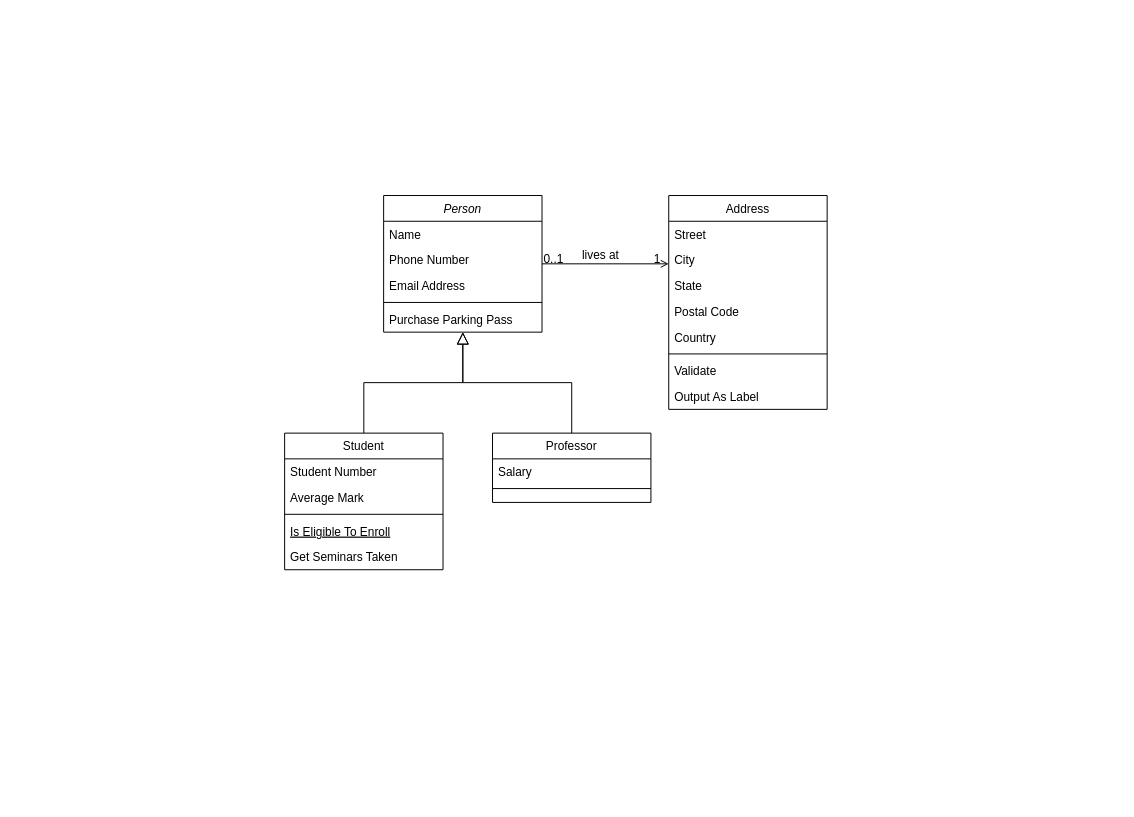
Before: Diagrama sem nome.drawio in RedneyMonteiro15/FoodSaver, a draw.io diagram. Source tidied: cells renumbered, new cells numbered last; positions are measured from the earlier drawing's top-left corner, leaving out a move shared by most shapes. Both pictures are drawn from the tidied source at 99%, with x=0, y=0 at pixel (284, 195).
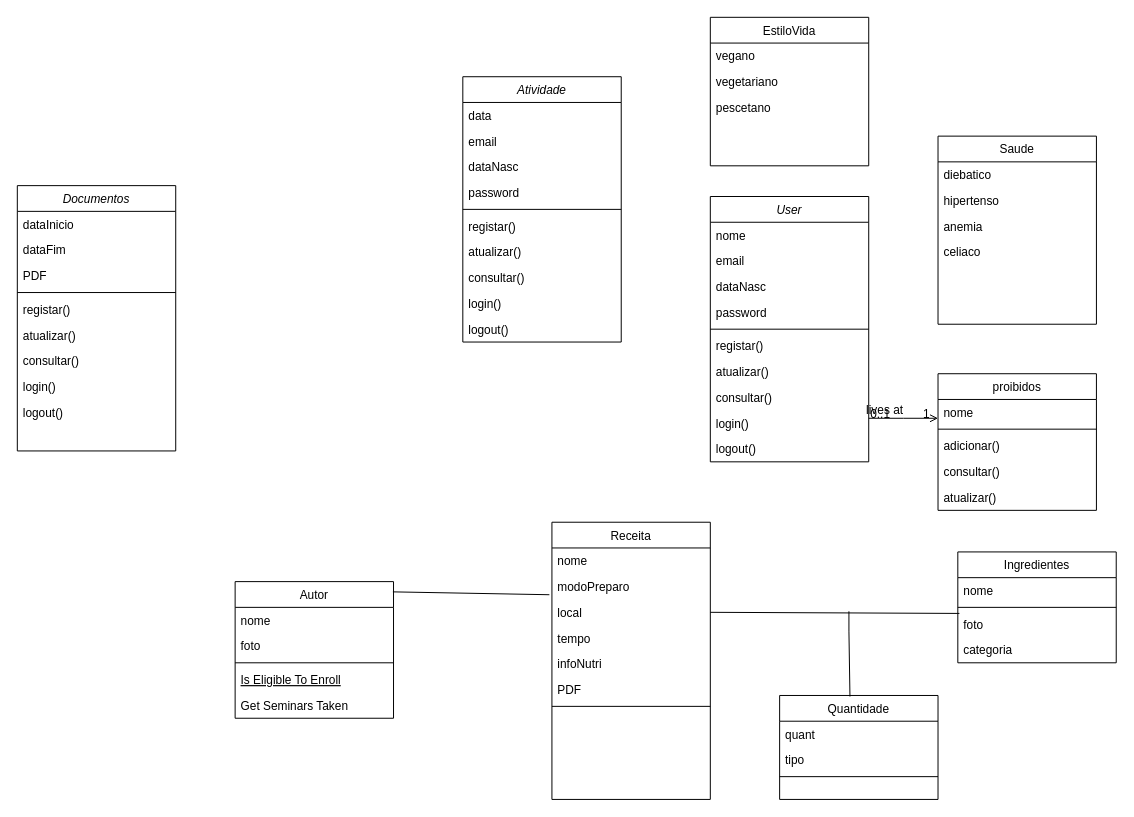
The same page after the edit.

The edit, as a diff of the source:
```diff
@@
-    <mxCell id="2" value="Person" style="swimlane;fontStyle=2;align=center;verticalAlign=top;horizontal=1;startSize=26;rounded=0;shadow=0;strokeWidth=1;" parent="1" vertex="1">
-      <mxGeometry x="100" width="160" height="138" as="geometry" />
+    <mxCell id="2" value="User" style="swimlane;fontStyle=2;align=center;verticalAlign=top;horizontal=1;startSize=26;rounded=0;shadow=0;strokeWidth=1;" parent="1" vertex="1">
+      <mxGeometry x="430" y="1" width="160" height="268" as="geometry" />
     </mxCell>
-    <mxCell id="3" value="Name" style="text;align=left;verticalAlign=top;spacingLeft=4;spacingRight=4;overflow=hidden;" parent="2" vertex="1">
+    <mxCell id="3" value="nome" style="text;align=left;verticalAlign=top;spacingLeft=4;spacingRight=4;overflow=hidden;" parent="2" vertex="1">
       <mxGeometry y="26" width="160" height="26" as="geometry" />
     </mxCell>
-    <mxCell id="4" value="Phone Number" style="text;align=left;verticalAlign=top;spacingLeft=4;spacingRight=4;overflow=hidden;rounded=0;shadow=0;html=0;" parent="2" vertex="1">
+    <mxCell id="4" value="email" style="text;align=left;verticalAlign=top;spacingLeft=4;spacingRight=4;overflow=hidden;rounded=0;shadow=0;html=0;" parent="2" vertex="1">
       <mxGeometry y="52" width="160" height="26" as="geometry" />
     </mxCell>
-    <mxCell id="5" value="Email Address" style="text;align=left;verticalAlign=top;spacingLeft=4;spacingRight=4;overflow=hidden;rounded=0;shadow=0;html=0;" parent="2" vertex="1">
+    <mxCell id="5" value="dataNasc" style="text;align=left;verticalAlign=top;spacingLeft=4;spacingRight=4;overflow=hidden;rounded=0;shadow=0;html=0;" parent="2" vertex="1">
       <mxGeometry y="78" width="160" height="26" as="geometry" />
     </mxCell>
+    <mxCell id="32" value="password" style="text;align=left;verticalAlign=top;spacingLeft=4;spacingRight=4;overflow=hidden;" parent="2" vertex="1">
+      <mxGeometry y="104" width="160" height="26" as="geometry" />
+    </mxCell>
     <mxCell id="6" style="line;html=1;strokeWidth=1;align=left;verticalAlign=middle;spacingTop=-1;spacingLeft=3;spacingRight=3;labelPosition=right;" parent="2" vertex="1">
-      <mxGeometry y="104" width="160" height="8" as="geometry" />
+      <mxGeometry y="130" width="160" height="8" as="geometry" />
     </mxCell>
-    <mxCell id="7" value="Purchase Parking Pass" style="text;align=left;verticalAlign=top;spacingLeft=4;spacingRight=4;overflow=hidden;" parent="2" vertex="1">
-      <mxGeometry y="112" width="160" height="26" as="geometry" />
+    <mxCell id="7" value="registar()" style="text;align=left;verticalAlign=top;spacingLeft=4;spacingRight=4;overflow=hidden;" parent="2" vertex="1">
+      <mxGeometry y="138" width="160" height="26" as="geometry" />
     </mxCell>
+    <mxCell id="33" value="atualizar()" style="text;align=left;verticalAlign=top;spacingLeft=4;spacingRight=4;overflow=hidden;" parent="2" vertex="1">
+      <mxGeometry y="164" width="160" height="26" as="geometry" />
+    </mxCell>
+    <mxCell id="34" value="consultar()" style="text;align=left;verticalAlign=top;spacingLeft=4;spacingRight=4;overflow=hidden;" parent="2" vertex="1">
+      <mxGeometry y="190" width="160" height="26" as="geometry" />
+    </mxCell>
+    <mxCell id="35" value="login()" style="text;align=left;verticalAlign=top;spacingLeft=4;spacingRight=4;overflow=hidden;" parent="2" vertex="1">
+      <mxGeometry y="216" width="160" height="26" as="geometry" />
+    </mxCell>
+    <mxCell id="36" value="logout()" style="text;align=left;verticalAlign=top;spacingLeft=4;spacingRight=4;overflow=hidden;" parent="2" vertex="1">
+      <mxGeometry y="242" width="160" height="26" as="geometry" />
+    </mxCell>
-    <mxCell id="8" value="Student" style="swimlane;fontStyle=0;align=center;verticalAlign=top;horizontal=1;startSize=26;rounded=0;shadow=0;strokeWidth=1;" parent="1" vertex="1">
-      <mxGeometry y="240" width="160" height="138" as="geometry" />
+    <mxCell id="8" value="Autor" style="swimlane;fontStyle=0;align=center;verticalAlign=top;horizontal=1;startSize=26;rounded=0;shadow=0;strokeWidth=1;" parent="1" vertex="1">
+      <mxGeometry x="-50" y="390" width="160" height="138" as="geometry" />
     </mxCell>
-    <mxCell id="9" value="Student Number" style="text;align=left;verticalAlign=top;spacingLeft=4;spacingRight=4;overflow=hidden;" parent="8" vertex="1">
+    <mxCell id="9" value="nome" style="text;align=left;verticalAlign=top;spacingLeft=4;spacingRight=4;overflow=hidden;" parent="8" vertex="1">
       <mxGeometry y="26" width="160" height="26" as="geometry" />
     </mxCell>
-    <mxCell id="10" value="Average Mark" style="text;align=left;verticalAlign=top;spacingLeft=4;spacingRight=4;overflow=hidden;rounded=0;shadow=0;html=0;" parent="8" vertex="1">
+    <mxCell id="10" value="foto" style="text;align=left;verticalAlign=top;spacingLeft=4;spacingRight=4;overflow=hidden;rounded=0;shadow=0;html=0;" parent="8" vertex="1">
       <mxGeometry y="52" width="160" height="26" as="geometry" />
     </mxCell>
@@
-    <mxCell id="14" style="endArrow=block;endSize=10;endFill=0;shadow=0;strokeWidth=1;rounded=0;edgeStyle=elbowEdgeStyle;elbow=vertical;" parent="1" edge="1" source="8" target="2">
-      <mxGeometry relative="1" as="geometry" />
-    </mxCell>
-    <mxCell id="15" value="Professor" style="swimlane;fontStyle=0;align=center;verticalAlign=top;horizontal=1;startSize=26;rounded=0;shadow=0;strokeWidth=1;" parent="1" vertex="1">
-      <mxGeometry x="210" y="240" width="160" height="70" as="geometry" />
+    <mxCell id="15" value="Receita" style="swimlane;fontStyle=0;align=center;verticalAlign=top;horizontal=1;startSize=26;rounded=0;shadow=0;strokeWidth=1;" parent="1" vertex="1">
+      <mxGeometry x="270" y="330" width="160" height="280" as="geometry" />
     </mxCell>
-    <mxCell id="16" value="Salary" style="text;align=left;verticalAlign=top;spacingLeft=4;spacingRight=4;overflow=hidden;" parent="15" vertex="1">
+    <mxCell id="16" value="nome" style="text;align=left;verticalAlign=top;spacingLeft=4;spacingRight=4;overflow=hidden;" parent="15" vertex="1">
       <mxGeometry y="26" width="160" height="26" as="geometry" />
     </mxCell>
-    <mxCell id="17" style="line;html=1;strokeWidth=1;align=left;verticalAlign=middle;spacingTop=-1;spacingLeft=3;spacingRight=3;labelPosition=right;" parent="15" vertex="1">
-      <mxGeometry y="52" width="160" height="8" as="geometry" />
-    </mxCell>
-    <mxCell id="18" style="endArrow=block;endSize=10;endFill=0;shadow=0;strokeWidth=1;rounded=0;edgeStyle=elbowEdgeStyle;elbow=vertical;" parent="1" edge="1" source="15" target="2">
-      <mxGeometry relative="1" as="geometry" />
-    </mxCell>
-    <mxCell id="19" value="Address" style="swimlane;fontStyle=0;align=center;verticalAlign=top;horizontal=1;startSize=26;rounded=0;shadow=0;strokeWidth=1;" parent="1" vertex="1">
-      <mxGeometry x="388" width="160" height="216" as="geometry" />
-    </mxCell>
-    <mxCell id="20" value="Street" style="text;align=left;verticalAlign=top;spacingLeft=4;spacingRight=4;overflow=hidden;" parent="19" vertex="1">
-      <mxGeometry y="26" width="160" height="26" as="geometry" />
-    </mxCell>
-    <mxCell id="21" value="City" style="text;align=left;verticalAlign=top;spacingLeft=4;spacingRight=4;overflow=hidden;rounded=0;shadow=0;html=0;" parent="19" vertex="1">
-      <mxGeometry y="52" width="160" height="26" as="geometry" />
-    </mxCell>
-    <mxCell id="22" value="State" style="text;align=left;verticalAlign=top;spacingLeft=4;spacingRight=4;overflow=hidden;rounded=0;shadow=0;html=0;" parent="19" vertex="1">
-      <mxGeometry y="78" width="160" height="26" as="geometry" />
-    </mxCell>
-    <mxCell id="23" value="Postal Code" style="text;align=left;verticalAlign=top;spacingLeft=4;spacingRight=4;overflow=hidden;rounded=0;shadow=0;html=0;" parent="19" vertex="1">
-      <mxGeometry y="104" width="160" height="26" as="geometry" />
-    </mxCell>
-    <mxCell id="24" value="Country" style="text;align=left;verticalAlign=top;spacingLeft=4;spacingRight=4;overflow=hidden;rounded=0;shadow=0;html=0;" parent="19" vertex="1">
-      <mxGeometry y="130" width="160" height="26" as="geometry" />
-    </mxCell>
-    <mxCell id="25" style="line;html=1;strokeWidth=1;align=left;verticalAlign=middle;spacingTop=-1;spacingLeft=3;spacingRight=3;labelPosition=right;" parent="19" vertex="1">
-      <mxGeometry y="156" width="160" height="8" as="geometry" />
-    </mxCell>
-    <mxCell id="26" value="Validate" style="text;align=left;verticalAlign=top;spacingLeft=4;spacingRight=4;overflow=hidden;" parent="19" vertex="1">
-      <mxGeometry y="164" width="160" height="26" as="geometry" />
-    </mxCell>
-    <mxCell id="27" value="Output As Label" style="text;align=left;verticalAlign=top;spacingLeft=4;spacingRight=4;overflow=hidden;" parent="19" vertex="1">
-      <mxGeometry y="190" width="160" height="26" as="geometry" />
-    </mxCell>
+    <mxCell id="37" value="modoPreparo" style="text;align=left;verticalAlign=top;spacingLeft=4;spacingRight=4;overflow=hidden;points=[[0,0.5],[1,0.5]];portConstraint=eastwest;" parent="15" vertex="1">
+      <mxGeometry y="52" width="160" height="26" as="geometry" />
+    </mxCell>
+    <mxCell id="38" value="local" style="text;align=left;verticalAlign=top;spacingLeft=4;spacingRight=4;overflow=hidden;points=[[0,0.5],[1,0.5]];portConstraint=eastwest;" parent="15" vertex="1">
+      <mxGeometry y="78" width="160" height="26" as="geometry" />
+    </mxCell>
+    <mxCell id="39" value="tempo" style="text;align=left;verticalAlign=top;spacingLeft=4;spacingRight=4;overflow=hidden;" parent="15" vertex="1">
+      <mxGeometry y="104" width="160" height="26" as="geometry" />
+    </mxCell>
+    <mxCell id="40" value="infoNutri" style="text;align=left;verticalAlign=top;spacingLeft=4;spacingRight=4;overflow=hidden;" parent="15" vertex="1">
+      <mxGeometry y="130" width="160" height="26" as="geometry" />
+    </mxCell>
+    <mxCell id="41" value="PDF" style="text;align=left;verticalAlign=top;spacingLeft=4;spacingRight=4;overflow=hidden;" parent="15" vertex="1">
+      <mxGeometry y="156" width="160" height="26" as="geometry" />
+    </mxCell>
+    <mxCell id="42" style="line;html=1;strokeWidth=1;align=left;verticalAlign=middle;spacingTop=-1;spacingLeft=3;spacingRight=3;labelPosition=right;" parent="15" vertex="1">
+      <mxGeometry y="182" width="160" height="8" as="geometry" />
+    </mxCell>
@@
+    <mxCell id="43" value="Ingredientes" style="swimlane;fontStyle=0;align=center;verticalAlign=top;horizontal=1;startSize=26;rounded=0;shadow=0;strokeWidth=1;" parent="1" vertex="1">
+      <mxGeometry x="680" y="360" width="160" height="112" as="geometry" />
+    </mxCell>
+    <mxCell id="44" value="nome" style="text;align=left;verticalAlign=top;spacingLeft=4;spacingRight=4;overflow=hidden;" parent="43" vertex="1">
+      <mxGeometry y="26" width="160" height="26" as="geometry" />
+    </mxCell>
+    <mxCell id="45" style="line;html=1;strokeWidth=1;align=left;verticalAlign=middle;spacingTop=-1;spacingLeft=3;spacingRight=3;labelPosition=right;" parent="43" vertex="1">
+      <mxGeometry y="52" width="160" height="8" as="geometry" />
+    </mxCell>
+    <mxCell id="46" value="foto" style="text;align=left;verticalAlign=top;spacingLeft=4;spacingRight=4;overflow=hidden;points=[[0,0.5],[1,0.5]];portConstraint=eastwest;" parent="43" vertex="1">
+      <mxGeometry y="60" width="160" height="26" as="geometry" />
+    </mxCell>
+    <mxCell id="47" value="categoria" style="text;align=left;verticalAlign=top;spacingLeft=4;spacingRight=4;overflow=hidden;" parent="43" vertex="1">
+      <mxGeometry y="86" width="160" height="26" as="geometry" />
+    </mxCell>
+    <mxCell id="48" value="Quantidade" style="swimlane;fontStyle=0;align=center;verticalAlign=top;horizontal=1;startSize=26;rounded=0;shadow=0;strokeWidth=1;" parent="1" vertex="1">
+      <mxGeometry x="500" y="505" width="160" height="105" as="geometry" />
+    </mxCell>
+    <mxCell id="49" value="quant" style="text;align=left;verticalAlign=top;spacingLeft=4;spacingRight=4;overflow=hidden;" parent="48" vertex="1">
+      <mxGeometry y="26" width="160" height="26" as="geometry" />
+    </mxCell>
+    <mxCell id="50" value="tipo" style="text;align=left;verticalAlign=top;spacingLeft=4;spacingRight=4;overflow=hidden;" parent="48" vertex="1">
+      <mxGeometry y="52" width="160" height="26" as="geometry" />
+    </mxCell>
+    <mxCell id="51" style="line;html=1;strokeWidth=1;align=left;verticalAlign=middle;spacingTop=-1;spacingLeft=3;spacingRight=3;labelPosition=right;" parent="48" vertex="1">
+      <mxGeometry y="78" width="160" height="8" as="geometry" />
+    </mxCell>
+    <mxCell id="52" value="EstiloVida" style="swimlane;fontStyle=0;align=center;verticalAlign=top;horizontal=1;startSize=26;rounded=0;shadow=0;strokeWidth=1;" parent="1" vertex="1">
+      <mxGeometry x="430" y="-180" width="160" height="150" as="geometry" />
+    </mxCell>
+    <mxCell id="53" value="vegano" style="text;align=left;verticalAlign=top;spacingLeft=4;spacingRight=4;overflow=hidden;" parent="52" vertex="1">
+      <mxGeometry y="26" width="160" height="26" as="geometry" />
+    </mxCell>
+    <mxCell id="54" value="vegetariano" style="text;align=left;verticalAlign=top;spacingLeft=4;spacingRight=4;overflow=hidden;" parent="52" vertex="1">
+      <mxGeometry y="52" width="160" height="26" as="geometry" />
+    </mxCell>
+    <mxCell id="55" value="pescetano" style="text;align=left;verticalAlign=top;spacingLeft=4;spacingRight=4;overflow=hidden;" parent="52" vertex="1">
+      <mxGeometry y="78" width="160" height="26" as="geometry" />
+    </mxCell>
+    <mxCell id="56" value="Saude" style="swimlane;fontStyle=0;align=center;verticalAlign=top;horizontal=1;startSize=26;rounded=0;shadow=0;strokeWidth=1;" parent="1" vertex="1">
+      <mxGeometry x="660" y="-60" width="160" height="190" as="geometry" />
+    </mxCell>
+    <mxCell id="57" value="diebatico" style="text;align=left;verticalAlign=top;spacingLeft=4;spacingRight=4;overflow=hidden;" parent="56" vertex="1">
+      <mxGeometry y="26" width="160" height="26" as="geometry" />
+    </mxCell>
+    <mxCell id="58" value="hipertenso" style="text;align=left;verticalAlign=top;spacingLeft=4;spacingRight=4;overflow=hidden;" parent="56" vertex="1">
+      <mxGeometry y="52" width="160" height="26" as="geometry" />
+    </mxCell>
+    <mxCell id="59" value="anemia" style="text;align=left;verticalAlign=top;spacingLeft=4;spacingRight=4;overflow=hidden;" parent="56" vertex="1">
+      <mxGeometry y="78" width="160" height="26" as="geometry" />
+    </mxCell>
+    <mxCell id="60" value="celiaco" style="text;align=left;verticalAlign=top;spacingLeft=4;spacingRight=4;overflow=hidden;" parent="56" vertex="1">
+      <mxGeometry y="104" width="160" height="26" as="geometry" />
+    </mxCell>
+    <mxCell id="61" value="Atividade" style="swimlane;fontStyle=2;align=center;verticalAlign=top;horizontal=1;startSize=26;rounded=0;shadow=0;strokeWidth=1;" parent="1" vertex="1">
+      <mxGeometry x="180" y="-120" width="160" height="268" as="geometry" />
+    </mxCell>
+    <mxCell id="62" value="data" style="text;align=left;verticalAlign=top;spacingLeft=4;spacingRight=4;overflow=hidden;" parent="61" vertex="1">
+      <mxGeometry y="26" width="160" height="26" as="geometry" />
+    </mxCell>
+    <mxCell id="63" value="email" style="text;align=left;verticalAlign=top;spacingLeft=4;spacingRight=4;overflow=hidden;rounded=0;shadow=0;html=0;" parent="61" vertex="1">
+      <mxGeometry y="52" width="160" height="26" as="geometry" />
+    </mxCell>
+    <mxCell id="64" value="dataNasc" style="text;align=left;verticalAlign=top;spacingLeft=4;spacingRight=4;overflow=hidden;rounded=0;shadow=0;html=0;" parent="61" vertex="1">
+      <mxGeometry y="78" width="160" height="26" as="geometry" />
+    </mxCell>
+    <mxCell id="65" value="password" style="text;align=left;verticalAlign=top;spacingLeft=4;spacingRight=4;overflow=hidden;" parent="61" vertex="1">
+      <mxGeometry y="104" width="160" height="26" as="geometry" />
+    </mxCell>
+    <mxCell id="66" style="line;html=1;strokeWidth=1;align=left;verticalAlign=middle;spacingTop=-1;spacingLeft=3;spacingRight=3;labelPosition=right;" parent="61" vertex="1">
+      <mxGeometry y="130" width="160" height="8" as="geometry" />
+    </mxCell>
+    <mxCell id="67" value="registar()" style="text;align=left;verticalAlign=top;spacingLeft=4;spacingRight=4;overflow=hidden;" parent="61" vertex="1">
+      <mxGeometry y="138" width="160" height="26" as="geometry" />
+    </mxCell>
+    <mxCell id="68" value="atualizar()" style="text;align=left;verticalAlign=top;spacingLeft=4;spacingRight=4;overflow=hidden;" parent="61" vertex="1">
+      <mxGeometry y="164" width="160" height="26" as="geometry" />
+    </mxCell>
+    <mxCell id="69" value="consultar()" style="text;align=left;verticalAlign=top;spacingLeft=4;spacingRight=4;overflow=hidden;" parent="61" vertex="1">
+      <mxGeometry y="190" width="160" height="26" as="geometry" />
+    </mxCell>
+    <mxCell id="70" value="login()" style="text;align=left;verticalAlign=top;spacingLeft=4;spacingRight=4;overflow=hidden;" parent="61" vertex="1">
+      <mxGeometry y="216" width="160" height="26" as="geometry" />
+    </mxCell>
+    <mxCell id="71" value="logout()" style="text;align=left;verticalAlign=top;spacingLeft=4;spacingRight=4;overflow=hidden;" parent="61" vertex="1">
+      <mxGeometry y="242" width="160" height="26" as="geometry" />
+    </mxCell>
+    <mxCell id="72" value="Documentos" style="swimlane;fontStyle=2;align=center;verticalAlign=top;horizontal=1;startSize=26;rounded=0;shadow=0;strokeWidth=1;" parent="1" vertex="1">
+      <mxGeometry x="-270" y="-10" width="160" height="268" as="geometry" />
+    </mxCell>
+    <mxCell id="73" value="dataInicio" style="text;align=left;verticalAlign=top;spacingLeft=4;spacingRight=4;overflow=hidden;" parent="72" vertex="1">
+      <mxGeometry y="26" width="160" height="26" as="geometry" />
+    </mxCell>
+    <mxCell id="74" value="dataFim" style="text;align=left;verticalAlign=top;spacingLeft=4;spacingRight=4;overflow=hidden;rounded=0;shadow=0;html=0;" parent="72" vertex="1">
+      <mxGeometry y="52" width="160" height="26" as="geometry" />
+    </mxCell>
+    <mxCell id="75" value="PDF" style="text;align=left;verticalAlign=top;spacingLeft=4;spacingRight=4;overflow=hidden;rounded=0;shadow=0;html=0;" parent="72" vertex="1">
+      <mxGeometry y="78" width="160" height="26" as="geometry" />
+    </mxCell>
+    <mxCell id="76" style="line;html=1;strokeWidth=1;align=left;verticalAlign=middle;spacingTop=-1;spacingLeft=3;spacingRight=3;labelPosition=right;" parent="72" vertex="1">
+      <mxGeometry y="104" width="160" height="8" as="geometry" />
+    </mxCell>
+    <mxCell id="77" value="registar()" style="text;align=left;verticalAlign=top;spacingLeft=4;spacingRight=4;overflow=hidden;" parent="72" vertex="1">
+      <mxGeometry y="112" width="160" height="26" as="geometry" />
+    </mxCell>
+    <mxCell id="78" value="atualizar()" style="text;align=left;verticalAlign=top;spacingLeft=4;spacingRight=4;overflow=hidden;" parent="72" vertex="1">
+      <mxGeometry y="138" width="160" height="26" as="geometry" />
+    </mxCell>
+    <mxCell id="79" value="consultar()" style="text;align=left;verticalAlign=top;spacingLeft=4;spacingRight=4;overflow=hidden;" parent="72" vertex="1">
+      <mxGeometry y="164" width="160" height="26" as="geometry" />
+    </mxCell>
+    <mxCell id="80" value="login()" style="text;align=left;verticalAlign=top;spacingLeft=4;spacingRight=4;overflow=hidden;" parent="72" vertex="1">
+      <mxGeometry y="190" width="160" height="26" as="geometry" />
+    </mxCell>
+    <mxCell id="81" value="logout()" style="text;align=left;verticalAlign=top;spacingLeft=4;spacingRight=4;overflow=hidden;" parent="72" vertex="1">
+      <mxGeometry y="216" width="160" height="26" as="geometry" />
+    </mxCell>
+    <mxCell id="82" style="endArrow=none;html=1;rounded=0;exitX=1;exitY=0.5;exitDx=0;exitDy=0;entryX=0.01;entryY=0.082;entryDx=0;entryDy=0;entryPerimeter=0;" parent="1" edge="1" source="38" target="46">
+      <mxGeometry relative="1" as="geometry" />
+    </mxCell>
+    <mxCell id="19" value="proibidos" style="swimlane;fontStyle=0;align=center;verticalAlign=top;horizontal=1;startSize=26;rounded=0;shadow=0;strokeWidth=1;" parent="1" vertex="1">
+      <mxGeometry x="660" y="180" width="160" height="138" as="geometry" />
+    </mxCell>
+    <mxCell id="20" value="nome" style="text;align=left;verticalAlign=top;spacingLeft=4;spacingRight=4;overflow=hidden;" parent="19" vertex="1">
+      <mxGeometry y="26" width="160" height="26" as="geometry" />
+    </mxCell>
+    <mxCell id="83" style="line;html=1;strokeWidth=1;align=left;verticalAlign=middle;spacingTop=-1;spacingLeft=3;spacingRight=3;labelPosition=right;" parent="19" vertex="1">
+      <mxGeometry y="52" width="160" height="8" as="geometry" />
+    </mxCell>
+    <mxCell id="84" value="adicionar()" style="text;align=left;verticalAlign=top;spacingLeft=4;spacingRight=4;overflow=hidden;" parent="19" vertex="1">
+      <mxGeometry y="60" width="160" height="26" as="geometry" />
+    </mxCell>
+    <mxCell id="85" value="consultar()" style="text;align=left;verticalAlign=top;spacingLeft=4;spacingRight=4;overflow=hidden;" parent="19" vertex="1">
+      <mxGeometry y="86" width="160" height="26" as="geometry" />
+    </mxCell>
+    <mxCell id="86" value="atualizar()" style="text;align=left;verticalAlign=top;spacingLeft=4;spacingRight=4;overflow=hidden;" parent="19" vertex="1">
+      <mxGeometry y="112" width="160" height="26" as="geometry" />
+    </mxCell>
+    <mxCell id="87" style="endArrow=none;html=1;rounded=0;exitX=0.996;exitY=0.075;exitDx=0;exitDy=0;exitPerimeter=0;entryX=-0.016;entryY=0.817;entryDx=0;entryDy=0;entryPerimeter=0;" parent="1" edge="1" source="8" target="37">
+      <mxGeometry relative="1" as="geometry" />
+    </mxCell>
+    <mxCell id="88" style="endArrow=none;html=1;rounded=0;entryX=0.444;entryY=0.01;entryDx=0;entryDy=0;entryPerimeter=0;" parent="1" edge="1" target="48">
+      <mxGeometry relative="1" as="geometry">
+        <mxPoint x="570" y="420" as="sourcePoint" />
+        <Array as="points">
+          <mxPoint x="570" y="440" />
+        </Array>
+      </mxGeometry>
+    </mxCell>
```
